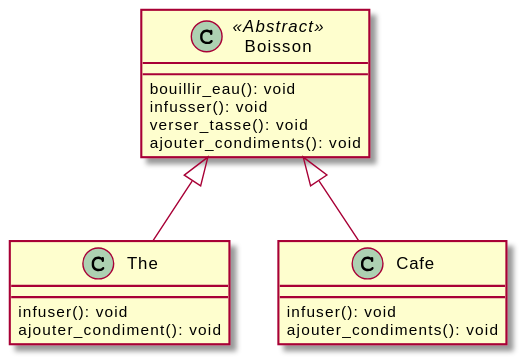
Above: src/main/java/TemplateMethod/Starbuzz/README/Diagramme de classe.svg in yvanross/LOG121-GOF-exemples (PlantUML), before the change.
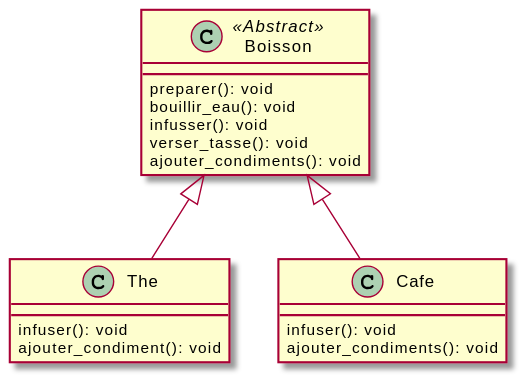
After the commit.

Change to the diagram source:
```diff
@@ -1,5 +1,6 @@
 @startuml
 class Boisson <<Abstract>>{
+    preparer(): void
     bouillir_eau(): void
     infusser(): void
     verser_tasse(): void
```
